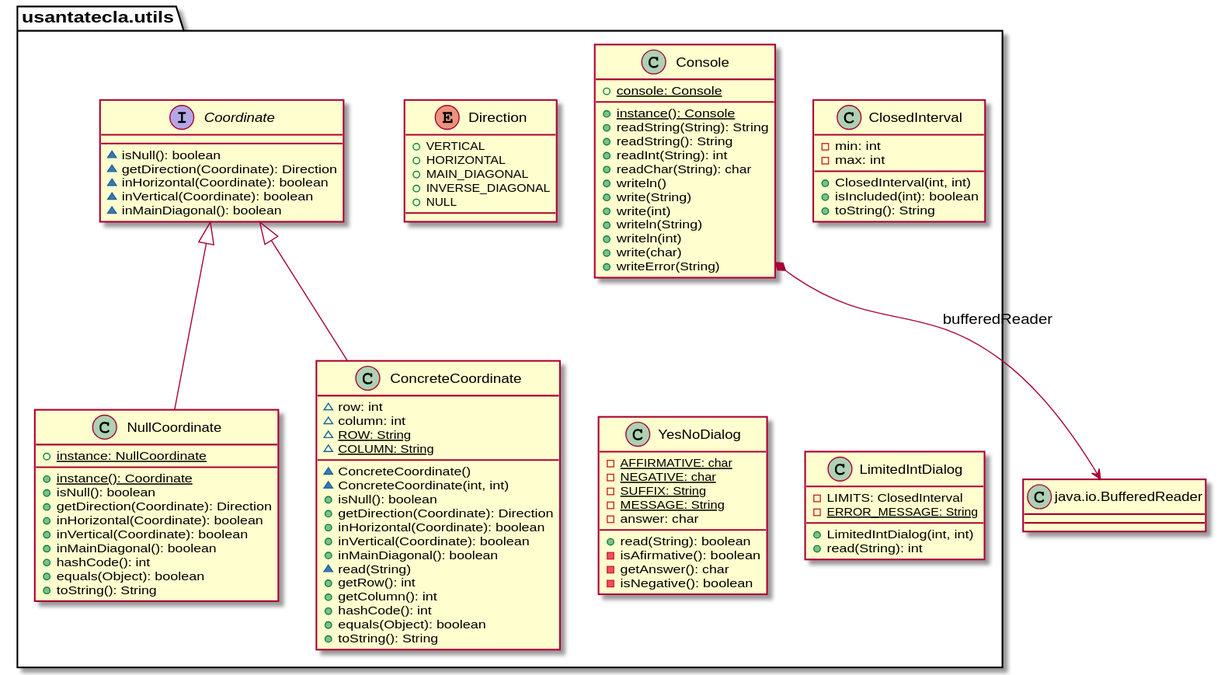
Earlier version of the PlantUML export domainModel/docs/diagrams/out/paquetes/utils.svg (Jolucaa/USantaTecla-project-ticTacToe).
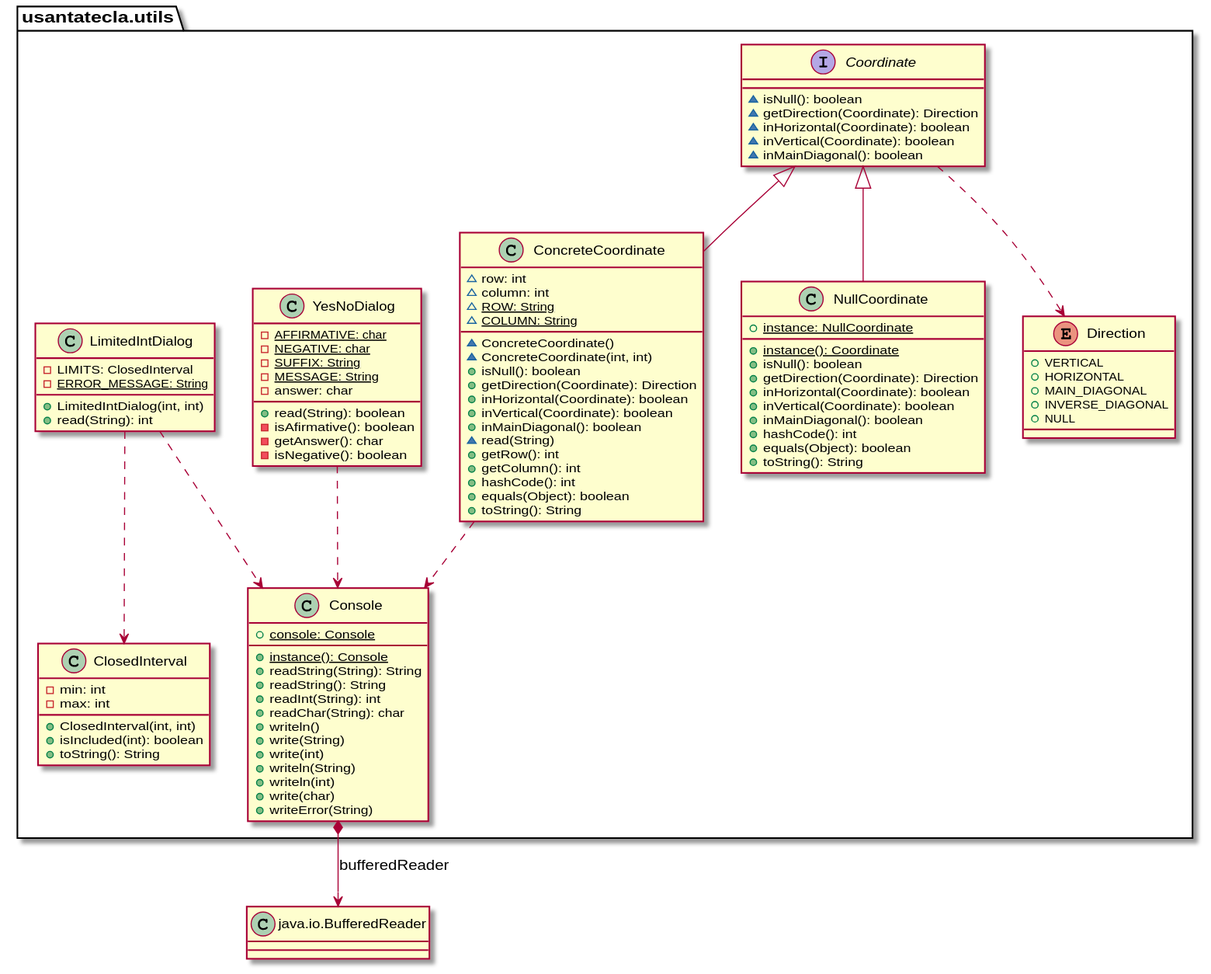
After the commit.

Commit message:
DomainModel diagrams completely finished

The edit, as a diff of the source:
```diff
@@ -96,7 +96,11 @@
 
 Coordinate <|-down- ConcreteCoordinate
 Coordinate <|-down- NullCoordinate
-
+Coordinate .down.> Direction
+ConcreteCoordinate .down.> Console
+LimitedIntDialog .down.> Console
+YesNoDialog .down.> Console
+LimitedIntDialog .down.> ClosedInterval
 }
 class BufferedReader as "java.io.BufferedReader"{
 
```
